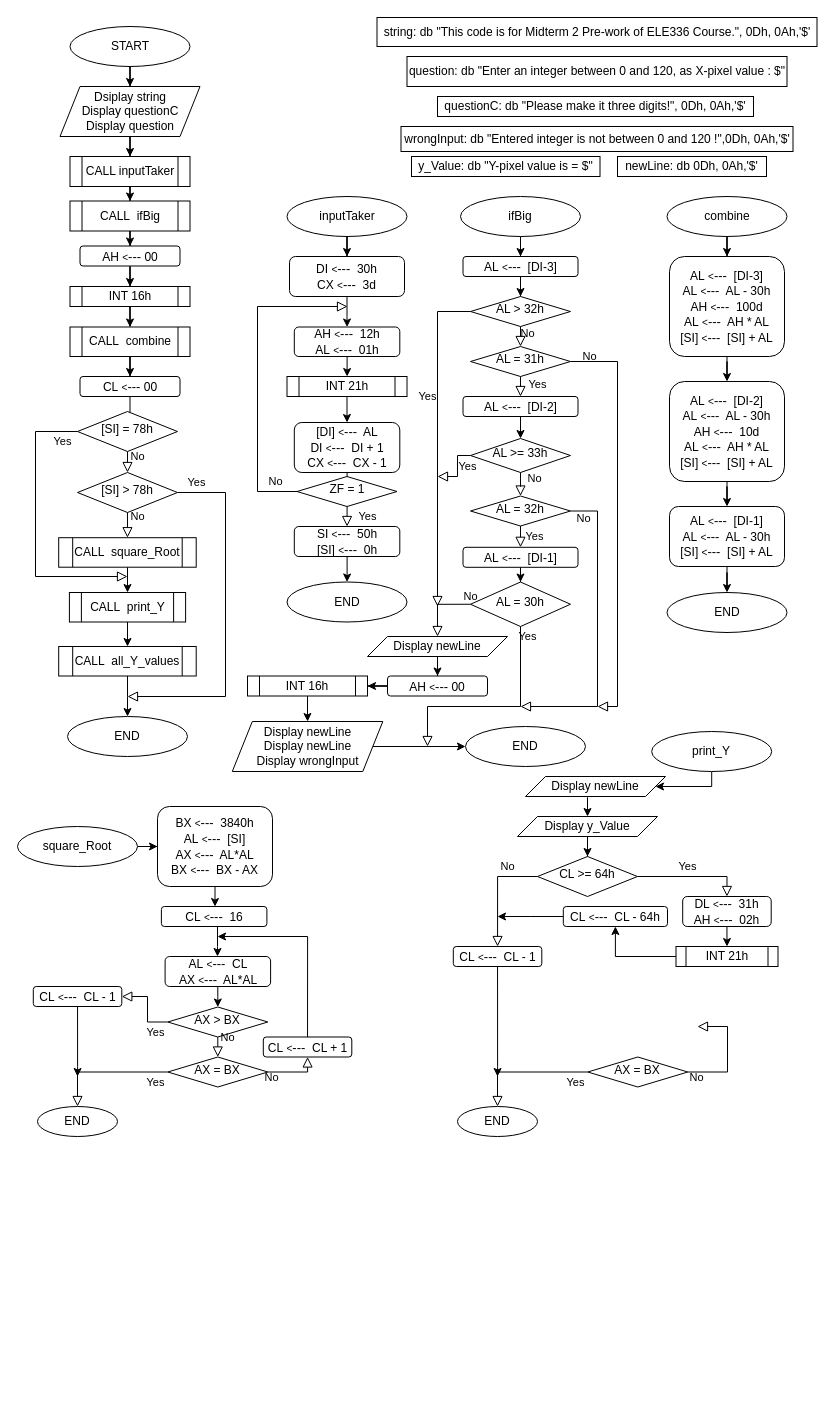
mmuurraatt/My-Projects-On-Github keeps this draw.io diagram as micro_mt2_1.drawio. Above is the earlier version. Source tidied: cells renumbered, new cells numbered last; positions are measured from the earlier drawing's top-left corner, leaving out a move shared by most shapes. Both pictures are drawn from the tidied source at 100%, with x=0, y=0 at pixel (17, 17).
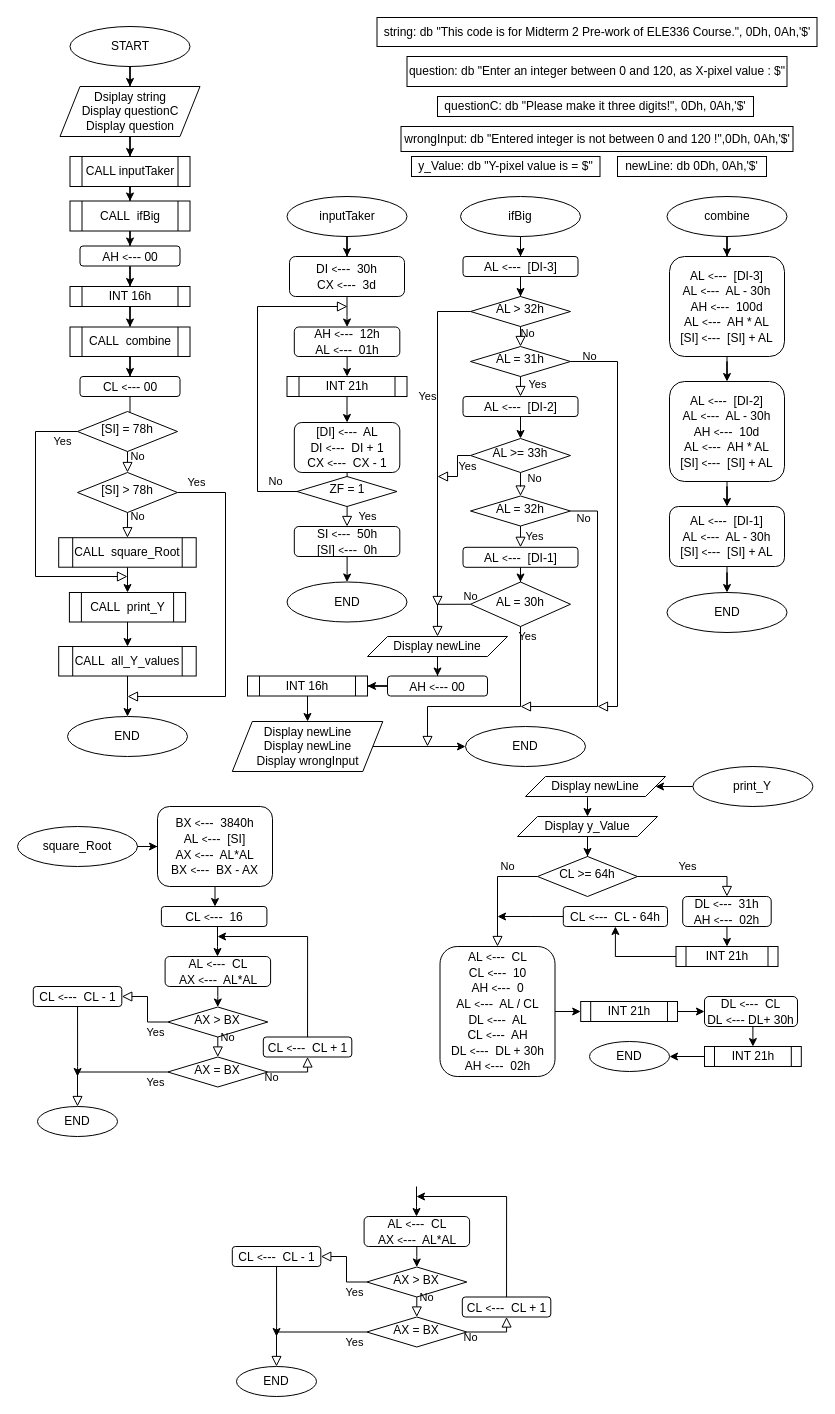
Above is the later version.

Unchanged cells that the change refers to:
```xml
<mxCell id="117" value="CL &amp;gt;= 64h" style="rhombus;whiteSpace=wrap;html=1;shadow=0;fontFamily=Helvetica;fontSize=12;align=center;strokeWidth=1;spacing=6;spacingTop=-4;" parent="1" vertex="1">
  <mxGeometry x="520" y="839" width="100" height="40" as="geometry" />
</mxCell>
<mxCell id="129" value="Display newLine&lt;br&gt;" style="shape=parallelogram;perimeter=parallelogramPerimeter;whiteSpace=wrap;html=1;fixedSize=1;" parent="1" vertex="1">
  <mxGeometry x="508" y="759" width="140" height="20" as="geometry" />
</mxCell>
```

The edit, as a diff of the source:
```diff
@@
     <mxCell id="115" style="edgeStyle=orthogonalEdgeStyle;rounded=0;jettySize=auto;html=1;entryX=1;entryY=0.5;entryDx=0;entryDy=0;" parent="1" edge="1" source="116" target="129">
       <mxGeometry relative="1" as="geometry">
         <Array as="points">
-          <mxPoint x="694" y="769" />
+          <mxPoint x="712" y="769" />
         </Array>
       </mxGeometry>
     </mxCell>
     <mxCell id="116" value="print_Y" style="ellipse;whiteSpace=wrap;html=1;" parent="1" vertex="1">
-      <mxGeometry x="634.2" y="714" width="120" height="40" as="geometry" />
+      <mxGeometry x="675.4" y="749" width="120" height="40" as="geometry" />
     </mxCell>
@@
     <mxCell id="119" value="END" style="ellipse;whiteSpace=wrap;html=1;" parent="1" vertex="1">
-      <mxGeometry x="440" y="1089" width="80" height="30" as="geometry" />
+      <mxGeometry x="572" y="1024" width="80" height="30" as="geometry" />
     </mxCell>
-    <mxCell id="120" value="AX = BX" style="rhombus;whiteSpace=wrap;html=1;shadow=0;fontFamily=Helvetica;fontSize=12;align=center;strokeWidth=1;spacing=6;spacingTop=-4;" parent="1" vertex="1">
-      <mxGeometry x="570.3" y="1039.5" width="100" height="30" as="geometry" />
-    </mxCell>
-    <mxCell id="121" value="Yes" style="rounded=0;html=1;jettySize=auto;fontSize=11;endArrow=block;endFill=0;endSize=8;strokeWidth=1;shadow=0;labelBackgroundColor=none;edgeStyle=orthogonalEdgeStyle;exitX=0;exitY=0.5;exitDx=0;exitDy=0;entryX=0.5;entryY=0;entryDx=0;entryDy=0;" parent="1" edge="1" source="117" target="127">
+    <mxCell id="121" value="Yes" style="rounded=0;html=1;jettySize=auto;fontSize=11;endArrow=block;endFill=0;endSize=8;strokeWidth=1;shadow=0;labelBackgroundColor=none;edgeStyle=orthogonalEdgeStyle;exitX=0;exitY=0.5;exitDx=0;exitDy=0;entryX=0.5;entryY=0;entryDx=0;entryDy=0;" parent="1" edge="1" source="117" target="137">
       <mxGeometry x="-1" y="-150" relative="1" as="geometry">
         <Array as="points">
           <mxPoint x="480" y="859" />
         </Array>
         <mxPoint x="150" y="140" as="offset" />
       </mxGeometry>
     </mxCell>
-    <mxCell id="122" value="Yes" style="rounded=0;html=1;jettySize=auto;fontSize=11;endArrow=block;endFill=0;endSize=8;strokeWidth=1;shadow=0;labelBackgroundColor=none;edgeStyle=orthogonalEdgeStyle;exitX=0;exitY=0.5;exitDx=0;exitDy=0;entryX=0.5;entryY=0;entryDx=0;entryDy=0;" parent="1" edge="1" source="120" target="119">
-      <mxGeometry x="-0.81" y="10" relative="1" as="geometry">
-        <Array as="points">
-          <mxPoint x="480" y="1055" />
-        </Array>
-      </mxGeometry>
-    </mxCell>
-    <mxCell id="123" value="No" style="rounded=0;html=1;jettySize=auto;fontSize=11;endArrow=block;endFill=0;endSize=8;strokeWidth=1;shadow=0;labelBackgroundColor=none;edgeStyle=orthogonalEdgeStyle;exitX=1;exitY=0.5;exitDx=0;exitDy=0;" parent="1" edge="1" source="120">
-      <mxGeometry x="-0.85" y="-5" relative="1" as="geometry">
-        <mxPoint x="680" y="1009" as="targetPoint" />
-        <Array as="points">
-          <mxPoint x="710" y="1054" />
-        </Array>
-      </mxGeometry>
-    </mxCell>
@@
-    <mxCell id="126" style="edgeStyle=orthogonalEdgeStyle;rounded=0;jettySize=auto;html=1;exitX=0.5;exitY=1;exitDx=0;exitDy=0;" parent="1" edge="1" source="127">
-      <mxGeometry relative="1" as="geometry">
-        <mxPoint x="480" y="1059" as="targetPoint" />
-        <Array as="points">
-          <mxPoint x="480" y="1049" />
-        </Array>
-      </mxGeometry>
-    </mxCell>
-    <mxCell id="127" value="CL&amp;nbsp;&lt;font style=&quot;font-size: 10px&quot;&gt;&amp;lt;&lt;/font&gt;&lt;font style=&quot;font-size: 13px&quot;&gt;---&lt;/font&gt;&amp;nbsp; CL - 1" style="rounded=1;whiteSpace=wrap;html=1;fontSize=12;glass=0;strokeWidth=1;shadow=0;" parent="1" vertex="1">
-      <mxGeometry x="435.8" y="929" width="88.5" height="20" as="geometry" />
-    </mxCell>
@@
+    <mxCell id="136" style="edgeStyle=orthogonalEdgeStyle;rounded=0;jettySize=auto;html=1;" parent="1" edge="1" source="137" target="139">
+      <mxGeometry relative="1" as="geometry" />
+    </mxCell>
+    <mxCell id="137" value="AL&amp;nbsp;&lt;font style=&quot;font-size: 10px&quot;&gt;&amp;lt;&lt;/font&gt;&lt;font style=&quot;font-size: 13px&quot;&gt;---&lt;/font&gt;&amp;nbsp; CL&lt;br&gt;CL&amp;nbsp;&lt;font style=&quot;font-size: 10px&quot;&gt;&amp;lt;&lt;/font&gt;&lt;font style=&quot;font-size: 13px&quot;&gt;---&lt;/font&gt;&amp;nbsp; 10&lt;br&gt;AH&amp;nbsp;&lt;font style=&quot;font-size: 10px&quot;&gt;&amp;lt;&lt;/font&gt;&lt;font style=&quot;font-size: 13px&quot;&gt;---&lt;/font&gt;&amp;nbsp; 0&lt;br&gt;AL&amp;nbsp;&lt;font style=&quot;font-size: 10px&quot;&gt;&amp;lt;&lt;/font&gt;&lt;font style=&quot;font-size: 13px&quot;&gt;---&lt;/font&gt;&amp;nbsp; AL / CL&lt;br&gt;DL&amp;nbsp;&lt;font style=&quot;font-size: 10px&quot;&gt;&amp;lt;&lt;/font&gt;&lt;font style=&quot;font-size: 13px&quot;&gt;---&lt;/font&gt;&amp;nbsp; AL&lt;br&gt;CL&amp;nbsp;&lt;font style=&quot;font-size: 10px&quot;&gt;&amp;lt;&lt;/font&gt;&lt;font style=&quot;font-size: 13px&quot;&gt;---&lt;/font&gt;&amp;nbsp; AH&lt;br&gt;DL&amp;nbsp;&lt;font style=&quot;font-size: 10px&quot;&gt;&amp;lt;&lt;/font&gt;&lt;font style=&quot;font-size: 13px&quot;&gt;---&lt;/font&gt;&amp;nbsp; DL + 30h&lt;br&gt;AH&amp;nbsp;&lt;font style=&quot;font-size: 10px&quot;&gt;&amp;lt;&lt;/font&gt;&lt;font style=&quot;font-size: 13px&quot;&gt;---&lt;/font&gt;&amp;nbsp; 02h" style="rounded=1;whiteSpace=wrap;html=1;fontSize=12;glass=0;strokeWidth=1;shadow=0;" parent="1" vertex="1">
+      <mxGeometry x="422.5" y="929" width="115" height="130" as="geometry" />
+    </mxCell>
+    <mxCell id="138" style="edgeStyle=orthogonalEdgeStyle;rounded=0;jettySize=auto;html=1;exitX=1;exitY=0.5;exitDx=0;exitDy=0;entryX=0;entryY=0.5;entryDx=0;entryDy=0;" parent="1" edge="1" source="139" target="141">
+      <mxGeometry relative="1" as="geometry" />
+    </mxCell>
+    <mxCell id="139" value="INT 21h" style="shape=process;whiteSpace=wrap;html=1;backgroundOutline=1;" parent="1" vertex="1">
+      <mxGeometry x="563.2" y="984" width="96.8" height="20" as="geometry" />
+    </mxCell>
+    <mxCell id="140" style="edgeStyle=orthogonalEdgeStyle;rounded=0;jettySize=auto;html=1;exitX=0.5;exitY=1;exitDx=0;exitDy=0;entryX=0.5;entryY=0;entryDx=0;entryDy=0;" parent="1" edge="1" source="141" target="143">
+      <mxGeometry relative="1" as="geometry" />
+    </mxCell>
+    <mxCell id="141" value="DL&amp;nbsp;&lt;font style=&quot;font-size: 10px&quot;&gt;&amp;lt;&lt;/font&gt;&lt;font style=&quot;font-size: 13px&quot;&gt;---&lt;/font&gt;&amp;nbsp; CL&lt;br&gt;DL&amp;nbsp;&lt;font style=&quot;font-size: 10px&quot;&gt;&amp;lt;&lt;/font&gt;&lt;font style=&quot;font-size: 13px&quot;&gt;---&lt;/font&gt;&amp;nbsp;DL+ 30h" style="rounded=1;whiteSpace=wrap;html=1;fontSize=12;glass=0;strokeWidth=1;shadow=0;" parent="1" vertex="1">
+      <mxGeometry x="687" y="979" width="93" height="30" as="geometry" />
+    </mxCell>
+    <mxCell id="142" style="edgeStyle=orthogonalEdgeStyle;rounded=0;jettySize=auto;html=1;entryX=1;entryY=0.5;entryDx=0;entryDy=0;" parent="1" edge="1" source="143" target="119">
+      <mxGeometry relative="1" as="geometry" />
+    </mxCell>
+    <mxCell id="143" value="INT 21h" style="shape=process;whiteSpace=wrap;html=1;backgroundOutline=1;" parent="1" vertex="1">
+      <mxGeometry x="687" y="1029" width="96.8" height="20" as="geometry" />
+    </mxCell>
+    <mxCell id="144" style="edgeStyle=orthogonalEdgeStyle;rounded=0;jettySize=auto;html=1;" parent="1" edge="1" target="149">
+      <mxGeometry relative="1" as="geometry">
+        <mxPoint x="399" y="1169" as="sourcePoint" />
+        <Array as="points">
+          <mxPoint x="399" y="1189" />
+          <mxPoint x="399" y="1189" />
+        </Array>
+      </mxGeometry>
+    </mxCell>
+    <mxCell id="145" value="AX &amp;gt; BX" style="rhombus;whiteSpace=wrap;html=1;shadow=0;fontFamily=Helvetica;fontSize=12;align=center;strokeWidth=1;spacing=6;spacingTop=-4;" parent="1" vertex="1">
+      <mxGeometry x="349.3" y="1249.5" width="100" height="30" as="geometry" />
+    </mxCell>
+    <mxCell id="146" value="No" style="rounded=0;html=1;jettySize=auto;fontSize=11;endArrow=block;endFill=0;endSize=8;strokeWidth=1;shadow=0;labelBackgroundColor=none;edgeStyle=orthogonalEdgeStyle;exitX=0.5;exitY=1;exitDx=0;exitDy=0;entryX=0.5;entryY=0;entryDx=0;entryDy=0;" parent="1" edge="1" source="145" target="120">
+      <mxGeometry x="-1" y="10" relative="1" as="geometry">
+        <Array as="points">
+          <mxPoint x="399" y="1299" />
+        </Array>
+      </mxGeometry>
+    </mxCell>
+    <mxCell id="147" value="END" style="ellipse;whiteSpace=wrap;html=1;" parent="1" vertex="1">
+      <mxGeometry x="219" y="1349" width="80" height="30" as="geometry" />
+    </mxCell>
+    <mxCell id="148" style="edgeStyle=orthogonalEdgeStyle;rounded=0;jettySize=auto;html=1;entryX=0.5;entryY=0;entryDx=0;entryDy=0;" parent="1" edge="1" source="149" target="145">
+      <mxGeometry relative="1" as="geometry">
+        <Array as="points">
+          <mxPoint x="399" y="1239" />
+          <mxPoint x="399" y="1239" />
+          <mxPoint x="399" y="1250" />
+        </Array>
+      </mxGeometry>
+    </mxCell>
+    <mxCell id="149" value="AL&amp;nbsp;&lt;font style=&quot;font-size: 10px&quot;&gt;&amp;lt;&lt;/font&gt;&lt;font style=&quot;font-size: 13px&quot;&gt;---&lt;/font&gt;&amp;nbsp; CL&lt;br&gt;AX&amp;nbsp;&lt;font style=&quot;font-size: 10px&quot;&gt;&amp;lt;&lt;/font&gt;&lt;font style=&quot;font-size: 13px&quot;&gt;---&lt;/font&gt;&amp;nbsp; AL*AL" style="rounded=1;whiteSpace=wrap;html=1;fontSize=12;glass=0;strokeWidth=1;shadow=0;" parent="1" vertex="1">
+      <mxGeometry x="346.6" y="1199" width="105.5" height="30" as="geometry" />
+    </mxCell>
+    <mxCell id="120" value="AX = BX" style="rhombus;whiteSpace=wrap;html=1;shadow=0;fontFamily=Helvetica;fontSize=12;align=center;strokeWidth=1;spacing=6;spacingTop=-4;" parent="1" vertex="1">
+      <mxGeometry x="349.3" y="1299.5" width="100" height="30" as="geometry" />
+    </mxCell>
+    <mxCell id="150" value="Yes" style="rounded=0;html=1;jettySize=auto;fontSize=11;endArrow=block;endFill=0;endSize=8;strokeWidth=1;shadow=0;labelBackgroundColor=none;edgeStyle=orthogonalEdgeStyle;exitX=0;exitY=0.5;exitDx=0;exitDy=0;entryX=1;entryY=0.5;entryDx=0;entryDy=0;" parent="1" edge="1" source="145" target="127">
+      <mxGeometry x="-0.67" y="10" relative="1" as="geometry">
+        <Array as="points">
+          <mxPoint x="329" y="1264" />
+          <mxPoint x="329" y="1239" />
+        </Array>
+      </mxGeometry>
+    </mxCell>
+    <mxCell id="122" value="Yes" style="rounded=0;html=1;jettySize=auto;fontSize=11;endArrow=block;endFill=0;endSize=8;strokeWidth=1;shadow=0;labelBackgroundColor=none;edgeStyle=orthogonalEdgeStyle;exitX=0;exitY=0.5;exitDx=0;exitDy=0;entryX=0.5;entryY=0;entryDx=0;entryDy=0;" parent="1" edge="1" source="120" target="147">
+      <mxGeometry x="-0.81" y="10" relative="1" as="geometry">
+        <Array as="points">
+          <mxPoint x="259" y="1315" />
+        </Array>
+      </mxGeometry>
+    </mxCell>
+    <mxCell id="151" value="No" style="rounded=0;html=1;jettySize=auto;fontSize=11;endArrow=block;endFill=0;endSize=8;strokeWidth=1;shadow=0;labelBackgroundColor=none;edgeStyle=orthogonalEdgeStyle;exitX=1;exitY=0.5;exitDx=0;exitDy=0;entryX=0.5;entryY=1;entryDx=0;entryDy=0;" parent="1" edge="1" source="120" target="153">
+      <mxGeometry x="-0.85" y="-5" relative="1" as="geometry">
+        <Array as="points">
+          <mxPoint x="489" y="1314" />
+        </Array>
+      </mxGeometry>
+    </mxCell>
+    <mxCell id="152" style="edgeStyle=orthogonalEdgeStyle;rounded=0;jettySize=auto;html=1;exitX=0.5;exitY=0;exitDx=0;exitDy=0;" parent="1" edge="1" source="153">
+      <mxGeometry relative="1" as="geometry">
+        <mxPoint x="399" y="1179" as="targetPoint" />
+        <Array as="points">
+          <mxPoint x="489" y="1179" />
+        </Array>
+      </mxGeometry>
+    </mxCell>
+    <mxCell id="153" value="CL&amp;nbsp;&lt;font style=&quot;font-size: 10px&quot;&gt;&amp;lt;&lt;/font&gt;&lt;font style=&quot;font-size: 13px&quot;&gt;---&lt;/font&gt;&amp;nbsp; CL + 1" style="rounded=1;whiteSpace=wrap;html=1;fontSize=12;glass=0;strokeWidth=1;shadow=0;" parent="1" vertex="1">
+      <mxGeometry x="444.8" y="1279.5" width="88.5" height="20" as="geometry" />
+    </mxCell>
+    <mxCell id="154" style="edgeStyle=orthogonalEdgeStyle;rounded=0;jettySize=auto;html=1;exitX=0.5;exitY=1;exitDx=0;exitDy=0;" parent="1" edge="1" source="127">
+      <mxGeometry relative="1" as="geometry">
+        <mxPoint x="259" y="1319" as="targetPoint" />
+        <Array as="points">
+          <mxPoint x="259" y="1309" />
+        </Array>
+      </mxGeometry>
+    </mxCell>
+    <mxCell id="127" value="CL&amp;nbsp;&lt;font style=&quot;font-size: 10px&quot;&gt;&amp;lt;&lt;/font&gt;&lt;font style=&quot;font-size: 13px&quot;&gt;---&lt;/font&gt;&amp;nbsp; CL - 1" style="rounded=1;whiteSpace=wrap;html=1;fontSize=12;glass=0;strokeWidth=1;shadow=0;" parent="1" vertex="1">
+      <mxGeometry x="214.8" y="1229" width="88.5" height="20" as="geometry" />
+    </mxCell>
```
